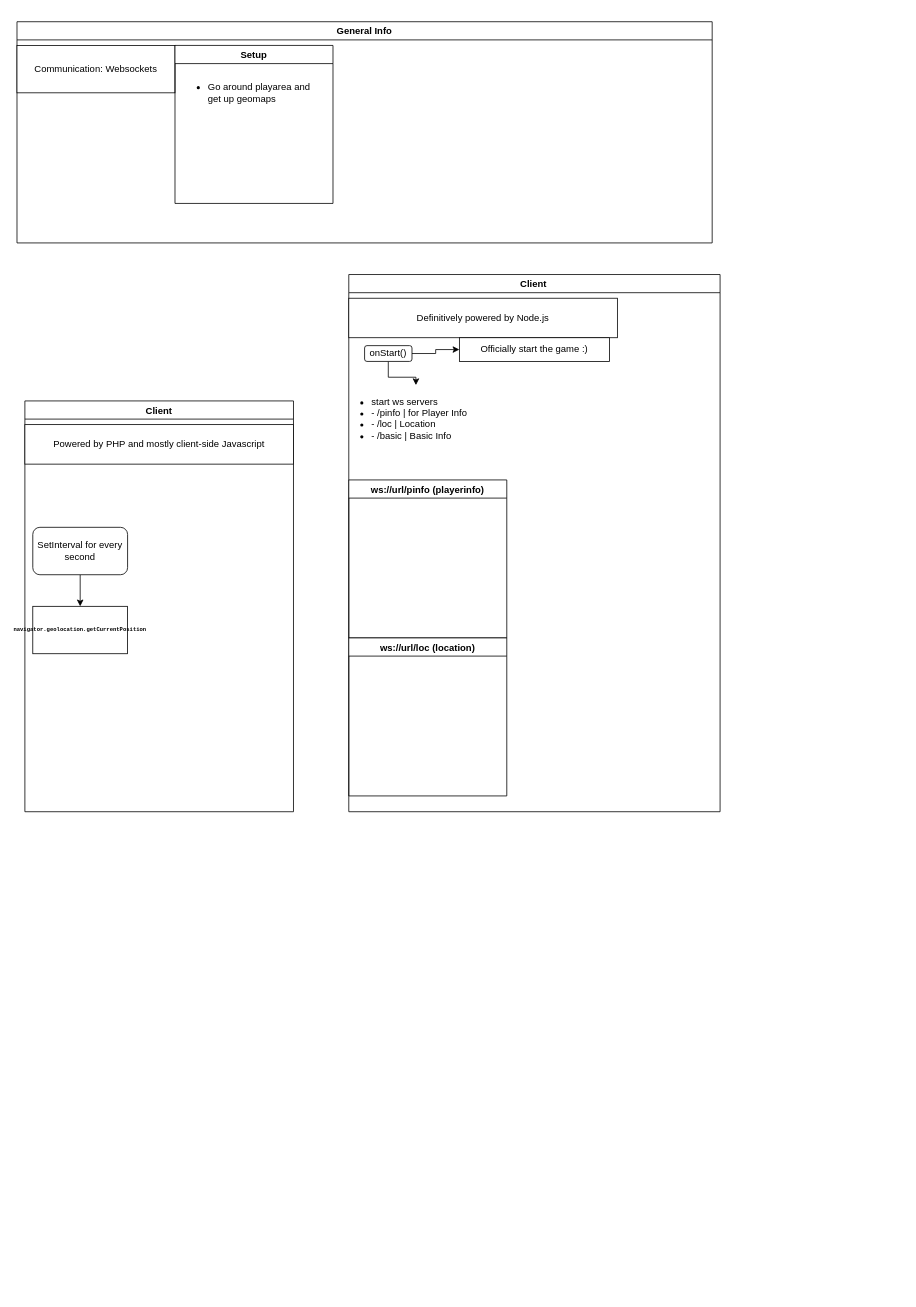
This is among_us_real_life.drawio from TheHackerCoding/dumbideas, a draw.io file, before an edit. Source tidied: cells renumbered, new cells numbered last; positions are measured from the earlier drawing's top-left corner, leaving out a move shared by most shapes. Both pictures are drawn from the tidied source at 79%, with x=0, y=0 at pixel (17, 21).
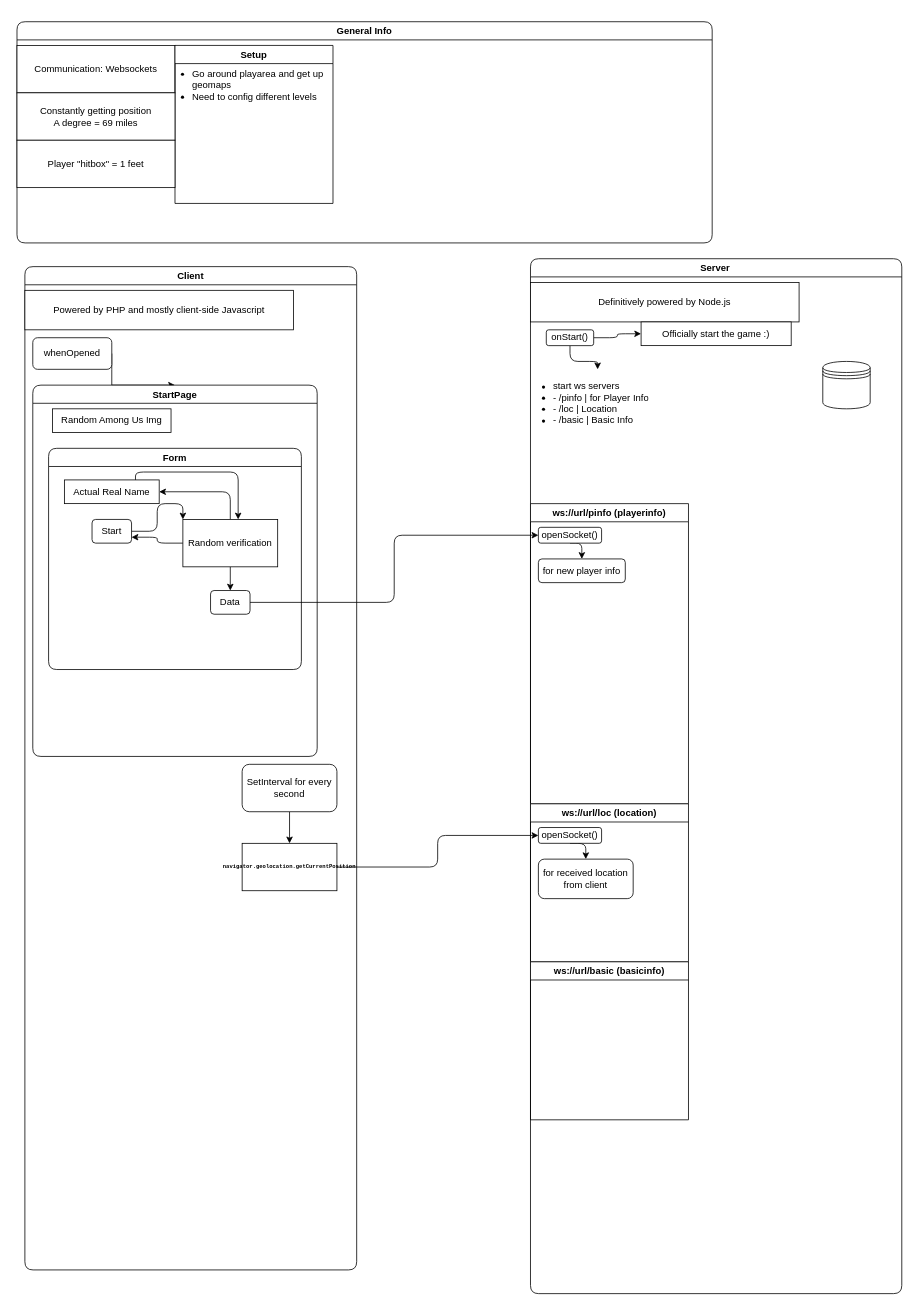
After the change.

Commit message:
a good update for now

Unchanged cells that the change refers to:
```xml
<mxCell id="13" value="onStart()" style="rounded=1;whiteSpace=wrap;html=1;" parent="7" vertex="1">
  <mxGeometry x="20" y="90" width="60" height="20" as="geometry" />
</mxCell>
<mxCell id="14" value="&lt;ul&gt;&lt;li&gt;start ws servers&lt;/li&gt;&lt;li&gt;- /pinfo | for Player Info&lt;/li&gt;&lt;li&gt;- /loc | Location&lt;/li&gt;&lt;li&gt;- /basic | Basic Info&lt;br&gt;&lt;/li&gt;&lt;/ul&gt;" style="text;strokeColor=none;fillColor=none;html=1;verticalAlign=middle;overflow=hidden;labelBorderColor=none;spacingRight=2;spacingBottom=2;spacingLeft=2;" parent="7" vertex="1">
  <mxGeometry x="-15" y="140" width="200" height="80" as="geometry" />
</mxCell>
<mxCell id="15" value="&lt;div&gt;Officially start the game :)&lt;/div&gt;" style="rounded=0;whiteSpace=wrap;html=1;" parent="7" vertex="1">
  <mxGeometry x="140" y="80" width="190" height="30" as="geometry" />
</mxCell>
<mxCell id="19" value="Setup" style="swimlane;html=0;" parent="17" vertex="1">
  <mxGeometry x="200" y="30" width="200" height="200" as="geometry" />
</mxCell>
```

Change to the diagram source:
```diff
@@
-    <mxCell id="2" value="Client" style="swimlane;" parent="1" vertex="1">
-      <mxGeometry x="10" y="480" width="340" height="520" as="geometry" />
+    <mxCell id="2" value="Client" style="swimlane;rounded=1;shadow=0;sketch=0;glass=0;" parent="1" vertex="1">
+      <mxGeometry x="10" y="310" width="420" height="1270" as="geometry" />
     </mxCell>
@@
     <mxCell id="4" value="SetInterval for every second" style="rounded=1;whiteSpace=wrap;html=1;" parent="2" vertex="1">
-      <mxGeometry x="10" y="160" width="120" height="60" as="geometry" />
+      <mxGeometry x="275" y="630" width="120" height="60" as="geometry" />
     </mxCell>
@@
     <mxCell id="6" value="&lt;pre style=&quot;font-size: 7px&quot;&gt;&lt;font style=&quot;font-size: 7px&quot;&gt;&lt;code class=&quot;hljs xml&quot;&gt;&lt;span class=&quot;javascript&quot;&gt;&lt;span class=&quot;javascript&quot;&gt;navigator.geolocation.getCurrentPosition&lt;/span&gt;&lt;/span&gt;&lt;/code&gt;&lt;/font&gt;&lt;/pre&gt;" style="rounded=0;whiteSpace=wrap;html=1;fontStyle=1;" parent="2" vertex="1">
-      <mxGeometry x="10" y="260" width="120" height="60" as="geometry" />
+      <mxGeometry x="275" y="730" width="120" height="60" as="geometry" />
     </mxCell>
+    <mxCell id="21" style="edgeStyle=orthogonalEdgeStyle;rounded=0;jettySize=auto;html=1;exitX=1;exitY=0.5;exitDx=0;exitDy=0;entryX=0.5;entryY=0;entryDx=0;entryDy=0;" parent="2" edge="1" source="22" target="23">
+      <mxGeometry relative="1" as="geometry">
+        <Array as="points">
+          <mxPoint x="110" y="130" />
+          <mxPoint x="110" y="130" />
+        </Array>
+      </mxGeometry>
+    </mxCell>
+    <mxCell id="22" value="whenOpened" style="rounded=1;whiteSpace=wrap;html=1;shadow=0;glass=0;sketch=0;" parent="2" vertex="1">
+      <mxGeometry x="10" y="90" width="100" height="40" as="geometry" />
+    </mxCell>
+    <mxCell id="23" value="StartPage" style="swimlane;rounded=1;shadow=0;glass=0;sketch=0;" parent="2" vertex="1">
+      <mxGeometry x="10" y="150" width="360" height="470" as="geometry" />
+    </mxCell>
+    <mxCell id="24" value="Random Among Us Img" style="rounded=0;whiteSpace=wrap;html=1;shadow=0;glass=0;sketch=0;" parent="23" vertex="1">
+      <mxGeometry x="25" y="30" width="150" height="30" as="geometry" />
+    </mxCell>
+    <mxCell id="25" value="Form" style="swimlane;rounded=1;shadow=0;glass=0;sketch=0;" parent="23" vertex="1">
+      <mxGeometry x="20" y="80" width="320" height="280" as="geometry" />
+    </mxCell>
+    <mxCell id="26" style="edgeStyle=orthogonalEdgeStyle;jettySize=auto;html=1;exitX=0.75;exitY=0;exitDx=0;exitDy=0;entryX=0.583;entryY=0;entryDx=0;entryDy=0;entryPerimeter=0;strokeColor=#000000;strokeWidth=1;rounded=1;" parent="25" edge="1" source="27" target="33">
+      <mxGeometry relative="1" as="geometry">
+        <Array as="points">
+          <mxPoint x="110" y="30" />
+          <mxPoint x="240" y="30" />
+        </Array>
+      </mxGeometry>
+    </mxCell>
+    <mxCell id="27" value="Actual Real Name" style="rounded=0;whiteSpace=wrap;html=1;shadow=0;glass=0;sketch=0;" parent="25" vertex="1">
+      <mxGeometry x="20" y="40" width="120" height="30" as="geometry" />
+    </mxCell>
+    <mxCell id="28" style="edgeStyle=orthogonalEdgeStyle;jettySize=auto;html=1;entryX=0;entryY=0;entryDx=0;entryDy=0;strokeColor=#000000;strokeWidth=1;rounded=1;" parent="25" edge="1" source="29" target="33">
+      <mxGeometry relative="1" as="geometry" />
+    </mxCell>
+    <mxCell id="29" value="Start" style="rounded=1;whiteSpace=wrap;html=1;shadow=0;glass=0;sketch=0;" parent="25" vertex="1">
+      <mxGeometry x="55" y="90" width="50" height="30" as="geometry" />
+    </mxCell>
+    <mxCell id="30" style="edgeStyle=orthogonalEdgeStyle;jettySize=auto;html=1;exitX=0;exitY=0.5;exitDx=0;exitDy=0;entryX=1;entryY=0.75;entryDx=0;entryDy=0;strokeWidth=1;rounded=1;" parent="25" edge="1" source="33" target="29">
+      <mxGeometry relative="1" as="geometry" />
+    </mxCell>
+    <mxCell id="31" style="edgeStyle=orthogonalEdgeStyle;jettySize=auto;html=1;exitX=0.5;exitY=0;exitDx=0;exitDy=0;entryX=1;entryY=0.5;entryDx=0;entryDy=0;rounded=1;" parent="25" edge="1" source="33" target="27">
+      <mxGeometry relative="1" as="geometry" />
+    </mxCell>
+    <mxCell id="32" style="edgeStyle=orthogonalEdgeStyle;rounded=0;jettySize=auto;html=1;exitX=0.5;exitY=1;exitDx=0;exitDy=0;entryX=0.5;entryY=0;entryDx=0;entryDy=0;" parent="25" edge="1" source="33" target="34">
+      <mxGeometry relative="1" as="geometry" />
+    </mxCell>
+    <mxCell id="33" value="Random verification" style="rounded=0;whiteSpace=wrap;html=1;shadow=0;glass=0;sketch=0;" parent="25" vertex="1">
+      <mxGeometry x="170" y="90" width="120" height="60" as="geometry" />
+    </mxCell>
+    <mxCell id="34" value="Data" style="rounded=1;whiteSpace=wrap;html=1;shadow=0;glass=0;sketch=0;" parent="25" vertex="1">
+      <mxGeometry x="205" y="180" width="50" height="30" as="geometry" />
+    </mxCell>
-    <mxCell id="7" value="Client" style="swimlane;spacingRight=2;spacing=4;whiteSpace=wrap;" parent="1" vertex="1">
-      <mxGeometry x="420" y="320" width="470" height="680" as="geometry" />
+    <mxCell id="7" value="Server" style="swimlane;spacingRight=2;spacing=4;whiteSpace=wrap;rounded=1;" parent="1" vertex="1">
+      <mxGeometry x="650" y="300" width="470" height="1310" as="geometry" />
     </mxCell>
@@
     <mxCell id="10" value="ws://url/pinfo (playerinfo)" style="swimlane;" parent="7" vertex="1">
-      <mxGeometry y="260" width="200" height="200" as="geometry" />
+      <mxGeometry y="310" width="200" height="380" as="geometry" />
     </mxCell>
+    <mxCell id="35" style="edgeStyle=orthogonalEdgeStyle;rounded=1;jettySize=auto;html=1;exitX=0.5;exitY=1;exitDx=0;exitDy=0;entryX=0.5;entryY=0;entryDx=0;entryDy=0;strokeColor=#000000;strokeWidth=1;" parent="10" edge="1" source="36" target="37">
+      <mxGeometry relative="1" as="geometry" />
+    </mxCell>
+    <mxCell id="36" value="openSocket()" style="rounded=1;whiteSpace=wrap;html=1;" parent="10" vertex="1">
+      <mxGeometry x="10" y="30" width="80" height="20" as="geometry" />
+    </mxCell>
+    <mxCell id="37" value="for new player info" style="rounded=1;whiteSpace=wrap;html=1;shadow=0;glass=0;sketch=0;" parent="10" vertex="1">
+      <mxGeometry x="10" y="70" width="110" height="30" as="geometry" />
+    </mxCell>
-    <mxCell id="11" style="edgeStyle=orthogonalEdgeStyle;rounded=0;jettySize=auto;html=1;" parent="7" edge="1" source="13" target="14">
+    <mxCell id="11" style="edgeStyle=orthogonalEdgeStyle;rounded=1;jettySize=auto;html=1;" parent="7" edge="1" source="13" target="14">
       <mxGeometry relative="1" as="geometry" />
     </mxCell>
-    <mxCell id="12" style="edgeStyle=orthogonalEdgeStyle;rounded=0;jettySize=auto;html=1;" parent="7" edge="1" source="13" target="15">
+    <mxCell id="12" style="edgeStyle=orthogonalEdgeStyle;rounded=1;jettySize=auto;html=1;" parent="7" edge="1" source="13" target="15">
       <mxGeometry relative="1" as="geometry" />
     </mxCell>
@@
     <mxCell id="16" value="ws://url/loc (location)" style="swimlane;" parent="7" vertex="1">
-      <mxGeometry y="460" width="200" height="200" as="geometry" />
+      <mxGeometry y="690" width="200" height="200" as="geometry" />
     </mxCell>
+    <mxCell id="38" style="edgeStyle=orthogonalEdgeStyle;rounded=1;jettySize=auto;html=1;exitX=0.5;exitY=1;exitDx=0;exitDy=0;entryX=0.5;entryY=0;entryDx=0;entryDy=0;" parent="16" edge="1" source="39" target="40">
+      <mxGeometry relative="1" as="geometry" />
+    </mxCell>
+    <mxCell id="39" value="openSocket()" style="rounded=1;whiteSpace=wrap;html=1;" parent="16" vertex="1">
+      <mxGeometry x="10" y="30" width="80" height="20" as="geometry" />
+    </mxCell>
+    <mxCell id="40" value="for received location from client" style="rounded=1;whiteSpace=wrap;html=1;" parent="16" vertex="1">
+      <mxGeometry x="10" y="70" width="120" height="50" as="geometry" />
+    </mxCell>
+    <mxCell id="41" value="ws://url/basic (basicinfo)" style="swimlane;" parent="7" vertex="1">
+      <mxGeometry y="890" width="200" height="200" as="geometry" />
+    </mxCell>
+    <mxCell id="42" style="shape=datastore;whiteSpace=wrap;html=1;rounded=1;shadow=0;glass=0;sketch=0;" parent="7" vertex="1">
+      <mxGeometry x="370" y="130" width="60" height="60" as="geometry" />
+    </mxCell>
-    <mxCell id="17" value="General Info" style="swimlane;" parent="1" vertex="1">
+    <mxCell id="17" value="General Info" style="swimlane;rounded=1;" parent="1" vertex="1">
       <mxGeometry width="880" height="280" as="geometry" />
     </mxCell>
@@
-    <mxCell id="20" value="&lt;ul&gt;&lt;li&gt;Go around playarea and get up geomaps&lt;br&gt;&lt;/li&gt;&lt;/ul&gt;" style="text;strokeColor=none;fillColor=none;html=1;whiteSpace=wrap;verticalAlign=middle;overflow=hidden;" parent="19" vertex="1">
-      <mxGeometry y="20" width="180" height="80" as="geometry" />
+    <mxCell id="20" value="&lt;div align=&quot;left&quot;&gt;&lt;ul&gt;&lt;li&gt;Go around playarea and get up geomaps&lt;/li&gt;&lt;li&gt;Need to config different levels&lt;/li&gt;&lt;/ul&gt;&lt;/div&gt;" style="text;strokeColor=none;fillColor=none;html=1;whiteSpace=wrap;verticalAlign=middle;overflow=hidden;align=left;" parent="19" vertex="1">
+      <mxGeometry x="-20" y="-40" width="220" height="180" as="geometry" />
     </mxCell>
+    <mxCell id="43" value="&lt;div&gt;Constantly getting position&lt;/div&gt;&lt;div&gt;A degree = 69 miles&lt;br&gt;&lt;/div&gt;" style="rounded=0;whiteSpace=wrap;html=1;" parent="17" vertex="1">
+      <mxGeometry y="90" width="200" height="60" as="geometry" />
+    </mxCell>
+    <mxCell id="44" value="Player &quot;hitbox&quot; = 1 feet" style="rounded=0;whiteSpace=wrap;html=1;shadow=0;glass=0;sketch=0;" parent="17" vertex="1">
+      <mxGeometry y="150" width="200" height="60" as="geometry" />
+    </mxCell>
+    <mxCell id="45" style="edgeStyle=orthogonalEdgeStyle;jettySize=auto;html=1;entryX=0;entryY=0.5;entryDx=0;entryDy=0;rounded=1;" parent="1" edge="1" source="6" target="39">
+      <mxGeometry relative="1" as="geometry" />
+    </mxCell>
+    <mxCell id="46" style="edgeStyle=orthogonalEdgeStyle;jettySize=auto;html=1;entryX=0;entryY=0.5;entryDx=0;entryDy=0;rounded=1;" parent="1" edge="1" source="34" target="36">
+      <mxGeometry relative="1" as="geometry" />
+    </mxCell>
```
